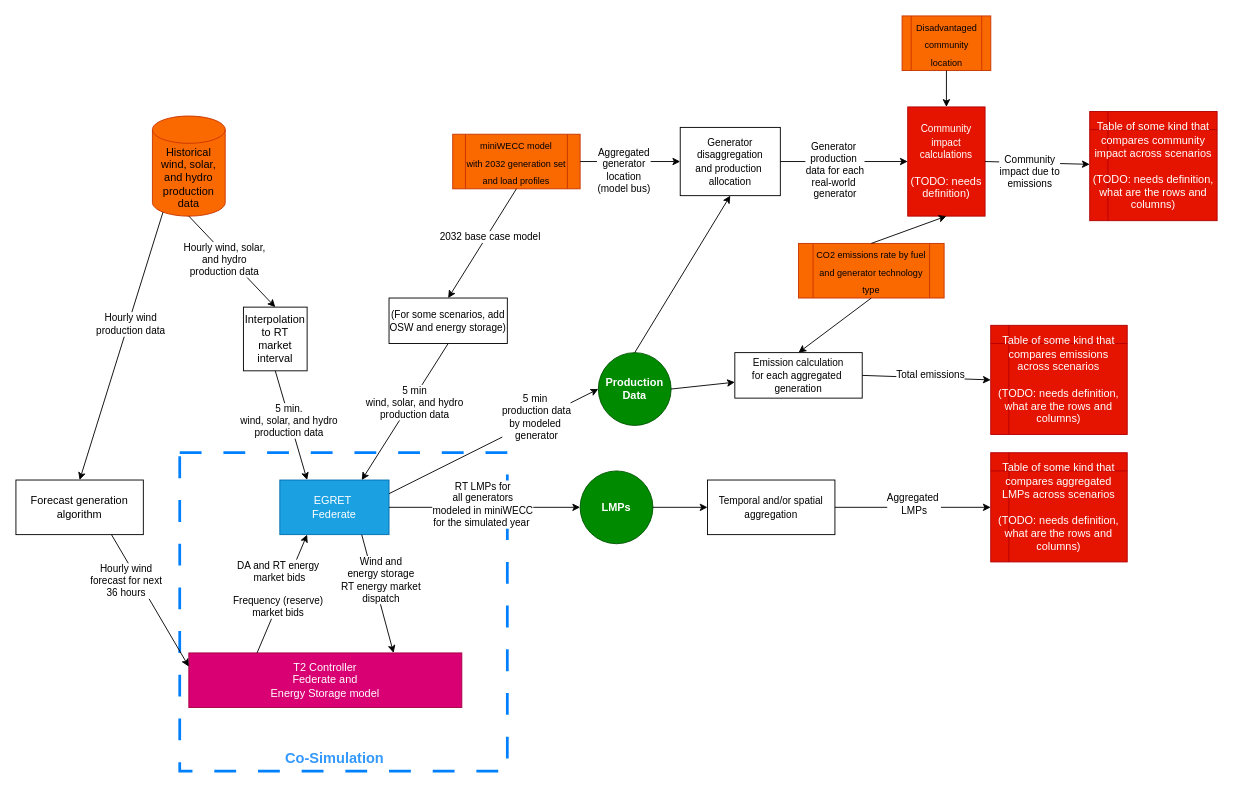
The draw.io diagram docs/FY24_use_case_data_flow.drawio in pnnl/cst, before the edit. Source tidied: cells renumbered, new cells numbered last; positions are measured from the earlier drawing's top-left corner, leaving out a move shared by most shapes. Both pictures are drawn from the tidied source at 91%, with x=0, y=0 at pixel (15, 15).
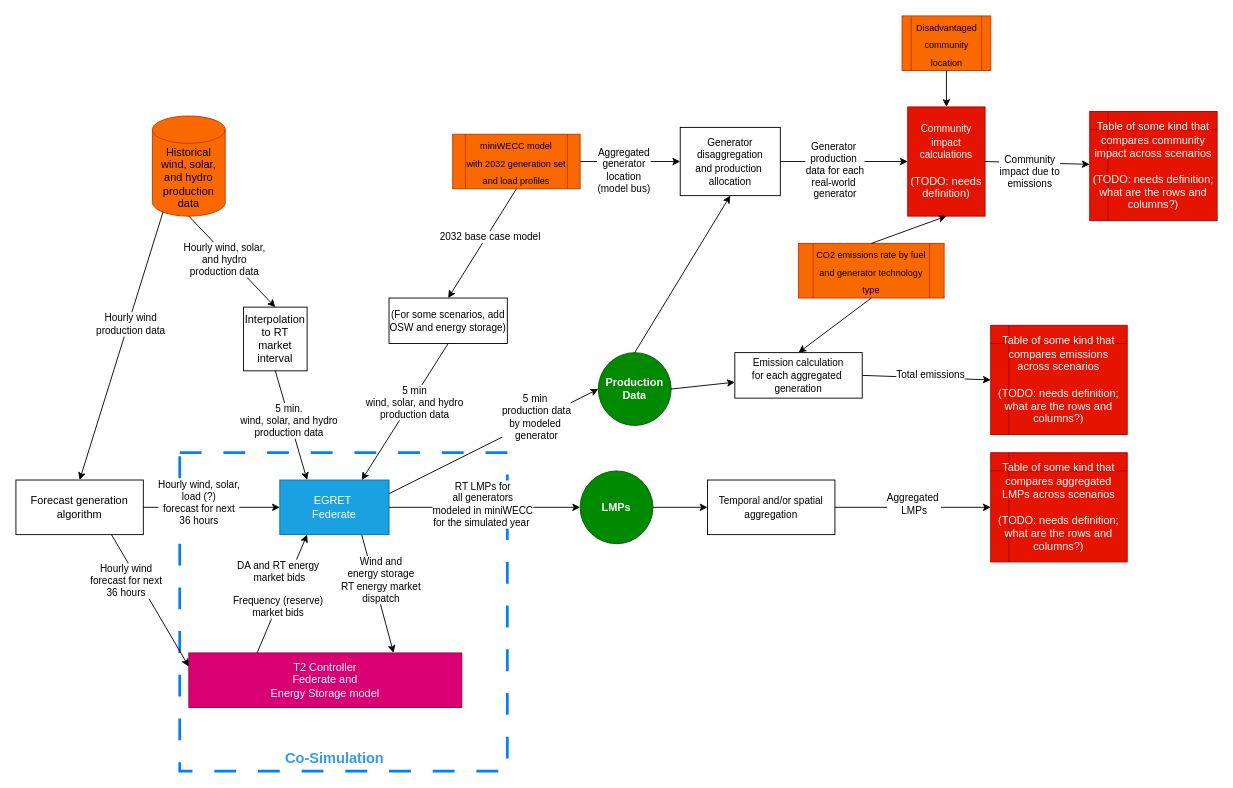
Above is the later version.

Commit message:
Minor update to OSW use case data flow diagram

Unchanged cells that the change refers to:
```xml
<mxCell id="4" value="EGRET&amp;nbsp;&lt;br&gt;Federate" style="rounded=0;whiteSpace=wrap;html=1;fillColor=#1ba1e2;fontColor=#ffffff;strokeColor=#006EAF;" parent="1" vertex="1">
  <mxGeometry x="290" y="510" width="120" height="60" as="geometry" />
</mxCell>
<mxCell id="15" value="&lt;font style=&quot;font-size: 12px;&quot;&gt;Forecast generation algorithm&lt;br&gt;&lt;/font&gt;" style="rounded=0;whiteSpace=wrap;html=1;" parent="1" vertex="1">
  <mxGeometry y="510" width="140" height="60" as="geometry" />
</mxCell>
```

The edit, as a diff of the source:
```diff
@@
-    <mxCell id="7" value="Table of some kind that compares aggregated LMPs across scenarios&lt;br&gt;&lt;br&gt;(TODO: needs definition,&lt;br&gt;what are the rows and columns)" style="shape=internalStorage;whiteSpace=wrap;html=1;backgroundOutline=1;fillColor=#e51400;fontColor=#ffffff;strokeColor=#B20000;" parent="1" vertex="1">
+    <mxCell id="7" value="Table of some kind that compares aggregated LMPs across scenarios&lt;br&gt;&lt;br&gt;(TODO: needs definition;&lt;br&gt;what are the rows and columns?)" style="shape=internalStorage;whiteSpace=wrap;html=1;backgroundOutline=1;fillColor=#e51400;fontColor=#ffffff;strokeColor=#B20000;" parent="1" vertex="1">
       <mxGeometry x="1071.2" y="480" width="150" height="120" as="geometry" />
     </mxCell>
@@
-    <mxCell id="42" value="Table of some kind that compares emissions across scenarios&lt;br&gt;&lt;br&gt;(TODO: needs definition,&lt;br&gt;what are the rows and columns)" style="shape=internalStorage;whiteSpace=wrap;html=1;backgroundOutline=1;fillColor=#e51400;fontColor=#ffffff;strokeColor=#B20000;" parent="1" vertex="1">
+    <mxCell id="42" value="Table of some kind that compares emissions across scenarios&lt;br&gt;&lt;br&gt;(TODO: needs definition;&lt;br&gt;what are the rows and columns?)" style="shape=internalStorage;whiteSpace=wrap;html=1;backgroundOutline=1;fillColor=#e51400;fontColor=#ffffff;strokeColor=#B20000;" parent="1" vertex="1">
       <mxGeometry x="1071.2" y="340" width="150" height="120" as="geometry" />
     </mxCell>
@@
-    <mxCell id="55" value="Table of some kind that compares community impact across scenarios&lt;br&gt;&lt;br&gt;(TODO: needs definition,&lt;br&gt;what are the rows and columns)" style="shape=internalStorage;whiteSpace=wrap;html=1;backgroundOutline=1;fillColor=#e51400;fontColor=#ffffff;strokeColor=#B20000;" parent="1" vertex="1">
+    <mxCell id="55" value="Table of some kind that compares community impact across scenarios&lt;br&gt;&lt;br&gt;(TODO: needs definition;&lt;br&gt;what are the rows and columns?)" style="shape=internalStorage;whiteSpace=wrap;html=1;backgroundOutline=1;fillColor=#e51400;fontColor=#ffffff;strokeColor=#B20000;" parent="1" vertex="1">
       <mxGeometry x="1180" y="105" width="140" height="120" as="geometry" />
     </mxCell>
@@
+    <mxCell id="58" style="endArrow=classic;html=1;exitX=1;exitY=0.5;exitDx=0;exitDy=0;entryX=0;entryY=0.5;entryDx=0;entryDy=0;" parent="1" edge="1" source="15" target="4">
+      <mxGeometry relative="1" as="geometry" />
+    </mxCell>
+    <mxCell id="59" value="Hourly wind, solar,&lt;br&gt;load (?)&lt;br&gt;forecast for next&lt;br&gt;36 hours" style="edgeLabel;html=1;align=center;verticalAlign=middle;" parent="58" vertex="1">
+      <mxGeometry x="-0.2" y="-3" relative="1" as="geometry">
+        <mxPoint y="-9" as="offset" />
+      </mxGeometry>
+    </mxCell>
```
